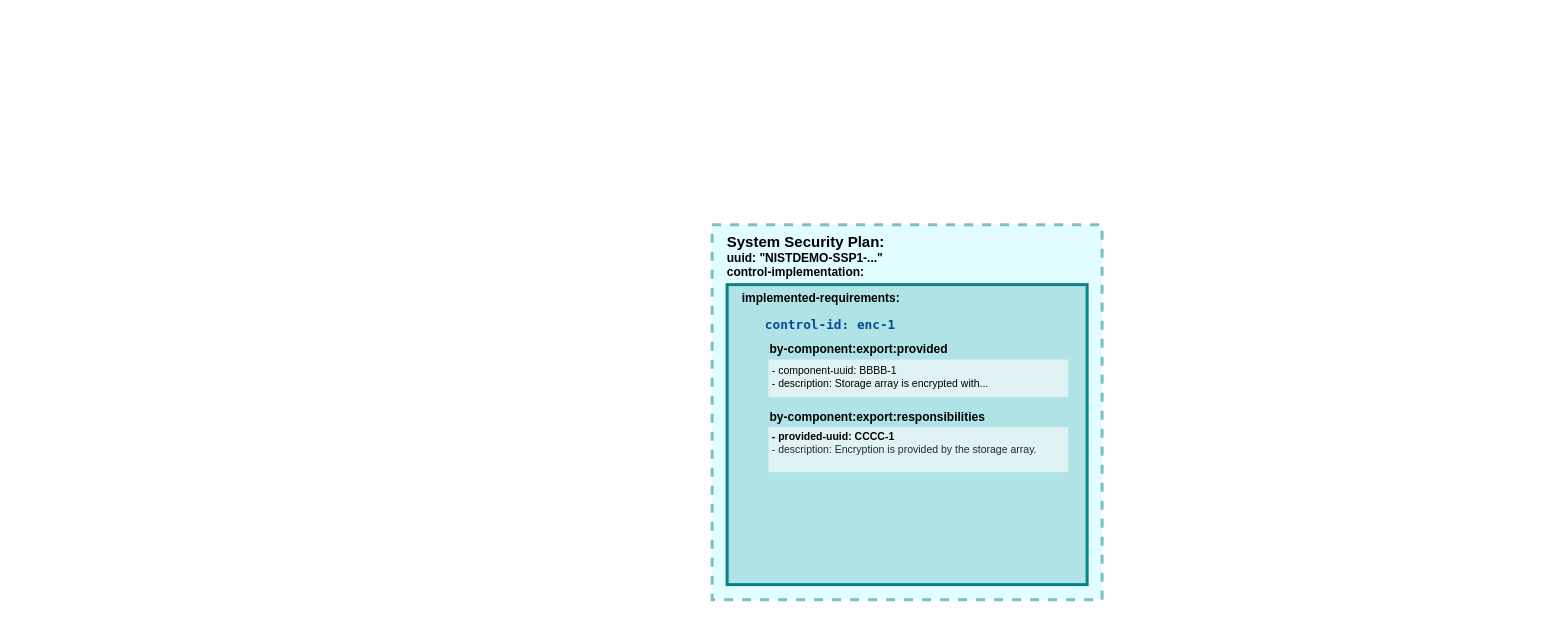
Above: page "Model" (2 of 2) of research-2023/effort-responsibility-sharing/diagrams/Fully-Inherited.drawio in usnistgov/OSCAL-DEFINE (draw.io), before the change. Source tidied: cells renumbered, new cells numbered last; positions are measured from the earlier drawing's top-left corner, leaving out a move shared by most shapes. Both pictures are drawn from the tidied source at 75%, with x=0, y=0 at pixel (712, 224).
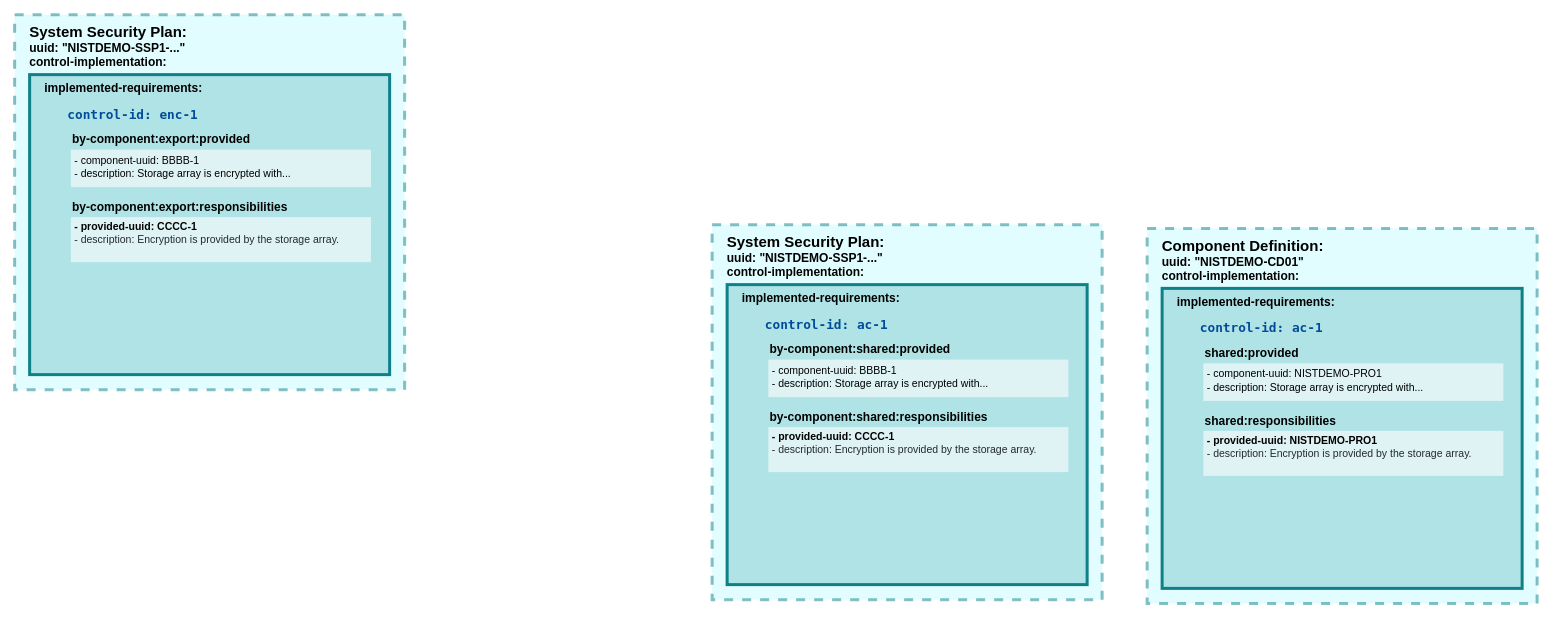
Above is the later version.

Diff of the diagram source:
```diff
@@
 <mxGraphModel background="#ffffff">
   <root>
     <mxCell id="0" />
     <mxCell id="1" parent="0" />
     <mxCell id="2" value="&lt;b&gt;&lt;font style=&quot;font-size: 20px&quot;&gt;System Security Plan:&lt;/font&gt;&lt;br&gt;&lt;/b&gt;&lt;b&gt;&lt;font style=&quot;font-size: 16px&quot;&gt;uuid: &quot;NISTDEMO-SSP1-...&quot;&lt;/font&gt;&lt;/b&gt;&lt;b&gt;&lt;span style=&quot;font-size: 16px&quot;&gt;&lt;br&gt;control-implementation:&lt;/span&gt;&lt;br&gt;&lt;/b&gt;" style="rounded=0;whiteSpace=wrap;html=1;fillColor=#C3FBFF;strokeColor=#0e8088;strokeWidth=4;fontColor=#000000;align=left;verticalAlign=top;spacing=0;opacity=50;dashed=1;spacingLeft=20;spacingTop=6;" parent="1" vertex="1">
       <mxGeometry width="520" height="500" as="geometry" />
     </mxCell>
-    <mxCell id="3" value="&lt;span style=&quot;font-size: 16px&quot;&gt;&lt;b&gt;implemented-requirements:&lt;/b&gt;&lt;/span&gt;&lt;br&gt;&lt;b&gt;&lt;font color=&quot;#004c99&quot;&gt;&lt;span style=&quot;font-family: &amp;#34;menlo&amp;#34; , &amp;#34;monaco&amp;#34; , &amp;#34;courier new&amp;#34; , monospace&quot;&gt;&lt;font&gt;&lt;font style=&quot;font-size: 10px&quot;&gt;&lt;br&gt;&lt;/font&gt;&lt;/font&gt;&lt;/span&gt;&lt;/font&gt;&lt;/b&gt;&lt;b style=&quot;font-size: 17px&quot;&gt;&lt;font color=&quot;#004c99&quot; style=&quot;font-size: 17px&quot;&gt;&lt;span style=&quot;font-family: &amp;#34;menlo&amp;#34; , &amp;#34;monaco&amp;#34; , &amp;#34;courier new&amp;#34; , monospace&quot;&gt;&lt;font style=&quot;font-size: 17px&quot;&gt;&amp;nbsp; &amp;nbsp;control-id: enc-1&lt;/font&gt;&lt;/span&gt;&lt;/font&gt;&lt;/b&gt;&lt;b style=&quot;font-size: 17px&quot;&gt;&lt;font color=&quot;#004c99&quot; style=&quot;font-size: 17px&quot;&gt;&lt;span style=&quot;font-family: &amp;#34;menlo&amp;#34; , &amp;#34;monaco&amp;#34; , &amp;#34;courier new&amp;#34; , monospace&quot;&gt;&lt;font style=&quot;font-size: 17px&quot;&gt;&amp;nbsp;&lt;/font&gt;&lt;/span&gt;&lt;br&gt;&lt;br&gt;&lt;/font&gt;&lt;/b&gt;" style="rounded=0;whiteSpace=wrap;html=1;fillColor=#b0e3e6;strokeColor=#0E8088;strokeWidth=4;fontColor=#000000;align=left;verticalAlign=top;spacing=4;spacingLeft=16;" parent="1" vertex="1">
+    <mxCell id="3" value="&lt;span style=&quot;font-size: 16px&quot;&gt;&lt;b&gt;implemented-requirements:&lt;/b&gt;&lt;/span&gt;&lt;br&gt;&lt;b&gt;&lt;font color=&quot;#004c99&quot;&gt;&lt;span style=&quot;font-family: &amp;quot;menlo&amp;quot; , &amp;quot;monaco&amp;quot; , &amp;quot;courier new&amp;quot; , monospace&quot;&gt;&lt;font&gt;&lt;font style=&quot;font-size: 10px&quot;&gt;&lt;br&gt;&lt;/font&gt;&lt;/font&gt;&lt;/span&gt;&lt;/font&gt;&lt;/b&gt;&lt;b style=&quot;font-size: 17px&quot;&gt;&lt;font color=&quot;#004c99&quot; style=&quot;font-size: 17px&quot;&gt;&lt;span style=&quot;font-family: &amp;quot;menlo&amp;quot; , &amp;quot;monaco&amp;quot; , &amp;quot;courier new&amp;quot; , monospace&quot;&gt;&lt;font style=&quot;font-size: 17px&quot;&gt;&amp;nbsp; &amp;nbsp;control-id: ac-1&lt;/font&gt;&lt;/span&gt;&lt;/font&gt;&lt;/b&gt;&lt;b style=&quot;font-size: 17px&quot;&gt;&lt;font color=&quot;#004c99&quot; style=&quot;font-size: 17px&quot;&gt;&lt;span style=&quot;font-family: &amp;quot;menlo&amp;quot; , &amp;quot;monaco&amp;quot; , &amp;quot;courier new&amp;quot; , monospace&quot;&gt;&lt;font style=&quot;font-size: 17px&quot;&gt;&amp;nbsp;&lt;/font&gt;&lt;/span&gt;&lt;br&gt;&lt;br&gt;&lt;/font&gt;&lt;/b&gt;" style="rounded=0;whiteSpace=wrap;html=1;fillColor=#b0e3e6;strokeColor=#0E8088;strokeWidth=4;fontColor=#000000;align=left;verticalAlign=top;spacing=4;spacingLeft=16;" parent="1" vertex="1">
       <mxGeometry x="20" y="80" width="480" height="400" as="geometry" />
     </mxCell>
     <mxCell id="4" value="&lt;div style=&quot;line-height: 18px ; font-size: 14px&quot;&gt;&lt;span style=&quot;background-color: transparent ; font-size: 14px&quot;&gt;&lt;font style=&quot;font-size: 14px&quot;&gt;- component-uuid: BBBB-1&lt;/font&gt;&lt;/span&gt;&lt;/div&gt;&lt;div style=&quot;line-height: 18px ; font-size: 14px&quot;&gt;&lt;span style=&quot;background-color: transparent ; font-size: 14px&quot;&gt;&lt;font style=&quot;font-size: 14px&quot;&gt;- description: Storage array is encrypted with...&lt;/font&gt;&lt;/span&gt;&lt;br style=&quot;font-size: 14px&quot;&gt;&lt;/div&gt;" style="rounded=0;whiteSpace=wrap;html=1;fillColor=#FFFFFF;strokeColor=none;strokeWidth=2;fontColor=#000000;align=left;verticalAlign=top;spacing=0;fontSize=14;labelBackgroundColor=none;opacity=60;spacingLeft=5;" parent="1" vertex="1">
       <mxGeometry x="75" y="180" width="400" height="50" as="geometry" />
     </mxCell>
     <mxCell id="5" value="&lt;font style=&quot;font-size: 14px&quot;&gt;&lt;b style=&quot;background-color: transparent ; font-size: 14px&quot;&gt;- provided-uuid: CCCC-1&lt;br style=&quot;font-size: 14px&quot;&gt;&lt;/b&gt;&lt;span style=&quot;color: rgb(36 , 41 , 47) ; background-color: transparent ; font-size: 14px&quot;&gt;- description: Encryption is provided by the storage array.&lt;/span&gt;&lt;b style=&quot;background-color: transparent ; font-size: 14px&quot;&gt;&lt;br style=&quot;font-size: 14px&quot;&gt;&lt;/b&gt;&lt;/font&gt;&lt;div style=&quot;line-height: 18px ; font-size: 14px&quot;&gt;&lt;br style=&quot;font-size: 14px&quot;&gt;&lt;/div&gt;" style="rounded=0;whiteSpace=wrap;html=1;fillColor=#FFFFFF;strokeColor=none;strokeWidth=2;fontColor=#000000;align=left;verticalAlign=top;spacing=0;fontSize=14;labelBackgroundColor=none;opacity=60;spacingLeft=5;spacingTop=0;" parent="1" vertex="1">
       <mxGeometry x="75" y="270" width="400" height="60" as="geometry" />
     </mxCell>
-    <mxCell id="6" value="&lt;span style=&quot;color: rgb(0 , 0 , 0) ; font-family: &amp;quot;helvetica&amp;quot; ; font-size: 16px ; font-style: normal ; letter-spacing: normal ; text-align: left ; text-indent: 0px ; text-transform: none ; word-spacing: 0px ; background-color: transparent&quot;&gt;by-component:export:responsibilities&lt;/span&gt;" style="text;whiteSpace=wrap;html=1;fontSize=16;fontColor=#000000;fontStyle=1;" parent="1" vertex="1">
-      <mxGeometry x="75" y="240" width="290" height="30" as="geometry" />
+    <mxCell id="6" value="&lt;span style=&quot;color: rgb(0 , 0 , 0) ; font-family: &amp;quot;helvetica&amp;quot; ; font-size: 16px ; font-style: normal ; letter-spacing: normal ; text-align: left ; text-indent: 0px ; text-transform: none ; word-spacing: 0px ; background-color: transparent&quot;&gt;by-component:shared:responsibilities&lt;/span&gt;" style="text;whiteSpace=wrap;html=1;fontSize=16;fontColor=#000000;fontStyle=1;" parent="1" vertex="1">
+      <mxGeometry x="75" y="240" width="345" height="30" as="geometry" />
     </mxCell>
-    <mxCell id="7" value="&lt;span style=&quot;color: rgb(0, 0, 0); font-family: helvetica; font-size: 16px; font-style: normal; letter-spacing: normal; text-align: left; text-indent: 0px; text-transform: none; word-spacing: 0px; background-color: transparent;&quot;&gt;by-component&lt;/span&gt;&lt;span style=&quot;color: rgb(0, 0, 0); font-family: helvetica; font-size: 16px; font-style: normal; letter-spacing: normal; text-align: left; text-indent: 0px; text-transform: none; word-spacing: 0px; background-color: transparent;&quot;&gt;:export:provided&lt;/span&gt;" style="text;whiteSpace=wrap;html=1;fontSize=16;fontColor=#000000;fontStyle=1;" parent="1" vertex="1">
+    <mxCell id="7" value="&lt;span style=&quot;color: rgb(0, 0, 0); font-family: helvetica; font-size: 16px; font-style: normal; letter-spacing: normal; text-align: left; text-indent: 0px; text-transform: none; word-spacing: 0px; background-color: transparent;&quot;&gt;by-component&lt;/span&gt;&lt;span style=&quot;color: rgb(0, 0, 0); font-family: helvetica; font-size: 16px; font-style: normal; letter-spacing: normal; text-align: left; text-indent: 0px; text-transform: none; word-spacing: 0px; background-color: transparent;&quot;&gt;:shared:provided&lt;/span&gt;" style="text;whiteSpace=wrap;html=1;fontSize=16;fontColor=#000000;fontStyle=1;" parent="1" vertex="1">
       <mxGeometry x="75" y="150" width="380" height="30" as="geometry" />
     </mxCell>
+    <mxCell id="8" value="&lt;b&gt;&lt;font style=&quot;font-size: 20px&quot;&gt;System Security Plan:&lt;/font&gt;&lt;br&gt;&lt;/b&gt;&lt;b&gt;&lt;font style=&quot;font-size: 16px&quot;&gt;uuid: &quot;NISTDEMO-SSP1-...&quot;&lt;/font&gt;&lt;/b&gt;&lt;b&gt;&lt;span style=&quot;font-size: 16px&quot;&gt;&lt;br&gt;control-implementation:&lt;/span&gt;&lt;br&gt;&lt;/b&gt;" style="rounded=0;whiteSpace=wrap;html=1;fillColor=#C3FBFF;strokeColor=#0e8088;strokeWidth=4;fontColor=#000000;align=left;verticalAlign=top;spacing=0;opacity=50;dashed=1;spacingLeft=20;spacingTop=6;" parent="1" vertex="1">
+      <mxGeometry x="-930" y="-280" width="520" height="500" as="geometry" />
+    </mxCell>
+    <mxCell id="9" value="&lt;span style=&quot;font-size: 16px&quot;&gt;&lt;b&gt;implemented-requirements:&lt;/b&gt;&lt;/span&gt;&lt;br&gt;&lt;b&gt;&lt;font color=&quot;#004c99&quot;&gt;&lt;span style=&quot;font-family: &amp;#34;menlo&amp;#34; , &amp;#34;monaco&amp;#34; , &amp;#34;courier new&amp;#34; , monospace&quot;&gt;&lt;font&gt;&lt;font style=&quot;font-size: 10px&quot;&gt;&lt;br&gt;&lt;/font&gt;&lt;/font&gt;&lt;/span&gt;&lt;/font&gt;&lt;/b&gt;&lt;b style=&quot;font-size: 17px&quot;&gt;&lt;font color=&quot;#004c99&quot; style=&quot;font-size: 17px&quot;&gt;&lt;span style=&quot;font-family: &amp;#34;menlo&amp;#34; , &amp;#34;monaco&amp;#34; , &amp;#34;courier new&amp;#34; , monospace&quot;&gt;&lt;font style=&quot;font-size: 17px&quot;&gt;&amp;nbsp; &amp;nbsp;control-id: enc-1&lt;/font&gt;&lt;/span&gt;&lt;/font&gt;&lt;/b&gt;&lt;b style=&quot;font-size: 17px&quot;&gt;&lt;font color=&quot;#004c99&quot; style=&quot;font-size: 17px&quot;&gt;&lt;span style=&quot;font-family: &amp;#34;menlo&amp;#34; , &amp;#34;monaco&amp;#34; , &amp;#34;courier new&amp;#34; , monospace&quot;&gt;&lt;font style=&quot;font-size: 17px&quot;&gt;&amp;nbsp;&lt;/font&gt;&lt;/span&gt;&lt;br&gt;&lt;br&gt;&lt;/font&gt;&lt;/b&gt;" style="rounded=0;whiteSpace=wrap;html=1;fillColor=#b0e3e6;strokeColor=#0E8088;strokeWidth=4;fontColor=#000000;align=left;verticalAlign=top;spacing=4;spacingLeft=16;" parent="1" vertex="1">
+      <mxGeometry x="-910" y="-200" width="480" height="400" as="geometry" />
+    </mxCell>
+    <mxCell id="10" value="&lt;div style=&quot;line-height: 18px ; font-size: 14px&quot;&gt;&lt;span style=&quot;background-color: transparent ; font-size: 14px&quot;&gt;&lt;font style=&quot;font-size: 14px&quot;&gt;- component-uuid: BBBB-1&lt;/font&gt;&lt;/span&gt;&lt;/div&gt;&lt;div style=&quot;line-height: 18px ; font-size: 14px&quot;&gt;&lt;span style=&quot;background-color: transparent ; font-size: 14px&quot;&gt;&lt;font style=&quot;font-size: 14px&quot;&gt;- description: Storage array is encrypted with...&lt;/font&gt;&lt;/span&gt;&lt;br style=&quot;font-size: 14px&quot;&gt;&lt;/div&gt;" style="rounded=0;whiteSpace=wrap;html=1;fillColor=#FFFFFF;strokeColor=none;strokeWidth=2;fontColor=#000000;align=left;verticalAlign=top;spacing=0;fontSize=14;labelBackgroundColor=none;opacity=60;spacingLeft=5;" parent="1" vertex="1">
+      <mxGeometry x="-855" y="-100" width="400" height="50" as="geometry" />
+    </mxCell>
+    <mxCell id="11" value="&lt;font style=&quot;font-size: 14px&quot;&gt;&lt;b style=&quot;background-color: transparent ; font-size: 14px&quot;&gt;- provided-uuid: CCCC-1&lt;br style=&quot;font-size: 14px&quot;&gt;&lt;/b&gt;&lt;span style=&quot;color: rgb(36 , 41 , 47) ; background-color: transparent ; font-size: 14px&quot;&gt;- description: Encryption is provided by the storage array.&lt;/span&gt;&lt;b style=&quot;background-color: transparent ; font-size: 14px&quot;&gt;&lt;br style=&quot;font-size: 14px&quot;&gt;&lt;/b&gt;&lt;/font&gt;&lt;div style=&quot;line-height: 18px ; font-size: 14px&quot;&gt;&lt;br style=&quot;font-size: 14px&quot;&gt;&lt;/div&gt;" style="rounded=0;whiteSpace=wrap;html=1;fillColor=#FFFFFF;strokeColor=none;strokeWidth=2;fontColor=#000000;align=left;verticalAlign=top;spacing=0;fontSize=14;labelBackgroundColor=none;opacity=60;spacingLeft=5;spacingTop=0;" parent="1" vertex="1">
+      <mxGeometry x="-855" y="-10" width="400" height="60" as="geometry" />
+    </mxCell>
+    <mxCell id="12" value="&lt;span style=&quot;color: rgb(0 , 0 , 0) ; font-family: &amp;quot;helvetica&amp;quot; ; font-size: 16px ; font-style: normal ; letter-spacing: normal ; text-align: left ; text-indent: 0px ; text-transform: none ; word-spacing: 0px ; background-color: transparent&quot;&gt;by-component:export:responsibilities&lt;/span&gt;" style="text;whiteSpace=wrap;html=1;fontSize=16;fontColor=#000000;fontStyle=1;" parent="1" vertex="1">
+      <mxGeometry x="-855" y="-40" width="290" height="30" as="geometry" />
+    </mxCell>
+    <mxCell id="13" value="&lt;span style=&quot;color: rgb(0, 0, 0); font-family: helvetica; font-size: 16px; font-style: normal; letter-spacing: normal; text-align: left; text-indent: 0px; text-transform: none; word-spacing: 0px; background-color: transparent;&quot;&gt;by-component&lt;/span&gt;&lt;span style=&quot;color: rgb(0, 0, 0); font-family: helvetica; font-size: 16px; font-style: normal; letter-spacing: normal; text-align: left; text-indent: 0px; text-transform: none; word-spacing: 0px; background-color: transparent;&quot;&gt;:export:provided&lt;/span&gt;" style="text;whiteSpace=wrap;html=1;fontSize=16;fontColor=#000000;fontStyle=1;" parent="1" vertex="1">
+      <mxGeometry x="-855" y="-130" width="380" height="30" as="geometry" />
+    </mxCell>
+    <mxCell id="14" value="&lt;b&gt;&lt;font style=&quot;font-size: 20px&quot;&gt;Component Definition:&lt;/font&gt;&lt;br&gt;&lt;/b&gt;&lt;b&gt;&lt;font style=&quot;font-size: 16px&quot;&gt;uuid: &quot;NISTDEMO-CD01&quot;&lt;/font&gt;&lt;/b&gt;&lt;b&gt;&lt;span style=&quot;font-size: 16px&quot;&gt;&lt;br&gt;control-implementation:&lt;/span&gt;&lt;br&gt;&lt;/b&gt;" style="rounded=0;whiteSpace=wrap;html=1;fillColor=#C3FBFF;strokeColor=#0e8088;strokeWidth=4;fontColor=#000000;align=left;verticalAlign=top;spacing=0;opacity=50;dashed=1;spacingLeft=20;spacingTop=6;" parent="1" vertex="1">
+      <mxGeometry x="580" y="5" width="520" height="500" as="geometry" />
+    </mxCell>
+    <mxCell id="15" value="&lt;span style=&quot;font-size: 16px&quot;&gt;&lt;b&gt;implemented-requirements:&lt;/b&gt;&lt;/span&gt;&lt;br&gt;&lt;b&gt;&lt;font color=&quot;#004c99&quot;&gt;&lt;span style=&quot;font-family: &amp;quot;menlo&amp;quot; , &amp;quot;monaco&amp;quot; , &amp;quot;courier new&amp;quot; , monospace&quot;&gt;&lt;font&gt;&lt;font style=&quot;font-size: 10px&quot;&gt;&lt;br&gt;&lt;/font&gt;&lt;/font&gt;&lt;/span&gt;&lt;/font&gt;&lt;/b&gt;&lt;b style=&quot;font-size: 17px&quot;&gt;&lt;font color=&quot;#004c99&quot; style=&quot;font-size: 17px&quot;&gt;&lt;span style=&quot;font-family: &amp;quot;menlo&amp;quot; , &amp;quot;monaco&amp;quot; , &amp;quot;courier new&amp;quot; , monospace&quot;&gt;&lt;font style=&quot;font-size: 17px&quot;&gt;&amp;nbsp; &amp;nbsp;control-id: ac-1&lt;/font&gt;&lt;/span&gt;&lt;/font&gt;&lt;/b&gt;&lt;b style=&quot;font-size: 17px&quot;&gt;&lt;font color=&quot;#004c99&quot; style=&quot;font-size: 17px&quot;&gt;&lt;span style=&quot;font-family: &amp;quot;menlo&amp;quot; , &amp;quot;monaco&amp;quot; , &amp;quot;courier new&amp;quot; , monospace&quot;&gt;&lt;font style=&quot;font-size: 17px&quot;&gt;&amp;nbsp;&lt;/font&gt;&lt;/span&gt;&lt;br&gt;&lt;br&gt;&lt;/font&gt;&lt;/b&gt;" style="rounded=0;whiteSpace=wrap;html=1;fillColor=#b0e3e6;strokeColor=#0E8088;strokeWidth=4;fontColor=#000000;align=left;verticalAlign=top;spacing=4;spacingLeft=16;" parent="1" vertex="1">
+      <mxGeometry x="600" y="85" width="480" height="400" as="geometry" />
+    </mxCell>
+    <mxCell id="16" value="&lt;div style=&quot;line-height: 18px ; font-size: 14px&quot;&gt;&lt;span style=&quot;background-color: transparent ; font-size: 14px&quot;&gt;&lt;font style=&quot;font-size: 14px&quot;&gt;- component-uuid: NISTDEMO-PRO1&lt;/font&gt;&lt;/span&gt;&lt;/div&gt;&lt;div style=&quot;line-height: 18px ; font-size: 14px&quot;&gt;&lt;span style=&quot;background-color: transparent ; font-size: 14px&quot;&gt;&lt;font style=&quot;font-size: 14px&quot;&gt;- description: Storage array is encrypted with...&lt;/font&gt;&lt;/span&gt;&lt;br style=&quot;font-size: 14px&quot;&gt;&lt;/div&gt;" style="rounded=0;whiteSpace=wrap;html=1;fillColor=#FFFFFF;strokeColor=none;strokeWidth=2;fontColor=#000000;align=left;verticalAlign=top;spacing=0;fontSize=14;labelBackgroundColor=none;opacity=60;spacingLeft=5;" parent="1" vertex="1">
+      <mxGeometry x="655" y="185" width="400" height="50" as="geometry" />
+    </mxCell>
+    <mxCell id="17" value="&lt;font style=&quot;font-size: 14px&quot;&gt;&lt;b style=&quot;background-color: transparent ; font-size: 14px&quot;&gt;- provided-uuid: NISTDEMO-PRO1&lt;br style=&quot;font-size: 14px&quot;&gt;&lt;/b&gt;&lt;span style=&quot;color: rgb(36 , 41 , 47) ; background-color: transparent ; font-size: 14px&quot;&gt;- description: Encryption is provided by the storage array.&lt;/span&gt;&lt;b style=&quot;background-color: transparent ; font-size: 14px&quot;&gt;&lt;br style=&quot;font-size: 14px&quot;&gt;&lt;/b&gt;&lt;/font&gt;&lt;div style=&quot;line-height: 18px ; font-size: 14px&quot;&gt;&lt;br style=&quot;font-size: 14px&quot;&gt;&lt;/div&gt;" style="rounded=0;whiteSpace=wrap;html=1;fillColor=#FFFFFF;strokeColor=none;strokeWidth=2;fontColor=#000000;align=left;verticalAlign=top;spacing=0;fontSize=14;labelBackgroundColor=none;opacity=60;spacingLeft=5;spacingTop=0;" parent="1" vertex="1">
+      <mxGeometry x="655" y="275" width="400" height="60" as="geometry" />
+    </mxCell>
+    <mxCell id="18" value="&lt;span style=&quot;color: rgb(0 , 0 , 0) ; font-family: &amp;quot;helvetica&amp;quot; ; font-size: 16px ; font-style: normal ; letter-spacing: normal ; text-align: left ; text-indent: 0px ; text-transform: none ; word-spacing: 0px ; background-color: transparent&quot;&gt;shared:responsibilities&lt;/span&gt;" style="text;whiteSpace=wrap;html=1;fontSize=16;fontColor=#000000;fontStyle=1;" parent="1" vertex="1">
+      <mxGeometry x="655" y="245" width="290" height="30" as="geometry" />
+    </mxCell>
+    <mxCell id="19" value="&lt;span style=&quot;color: rgb(0, 0, 0); font-family: helvetica; font-size: 16px; font-style: normal; letter-spacing: normal; text-align: left; text-indent: 0px; text-transform: none; word-spacing: 0px; background-color: transparent;&quot;&gt;shared:provided&lt;/span&gt;" style="text;whiteSpace=wrap;html=1;fontSize=16;fontColor=#000000;fontStyle=1;" parent="1" vertex="1">
+      <mxGeometry x="655" y="155" width="380" height="30" as="geometry" />
+    </mxCell>
   </root>
 </mxGraphModel>
```
